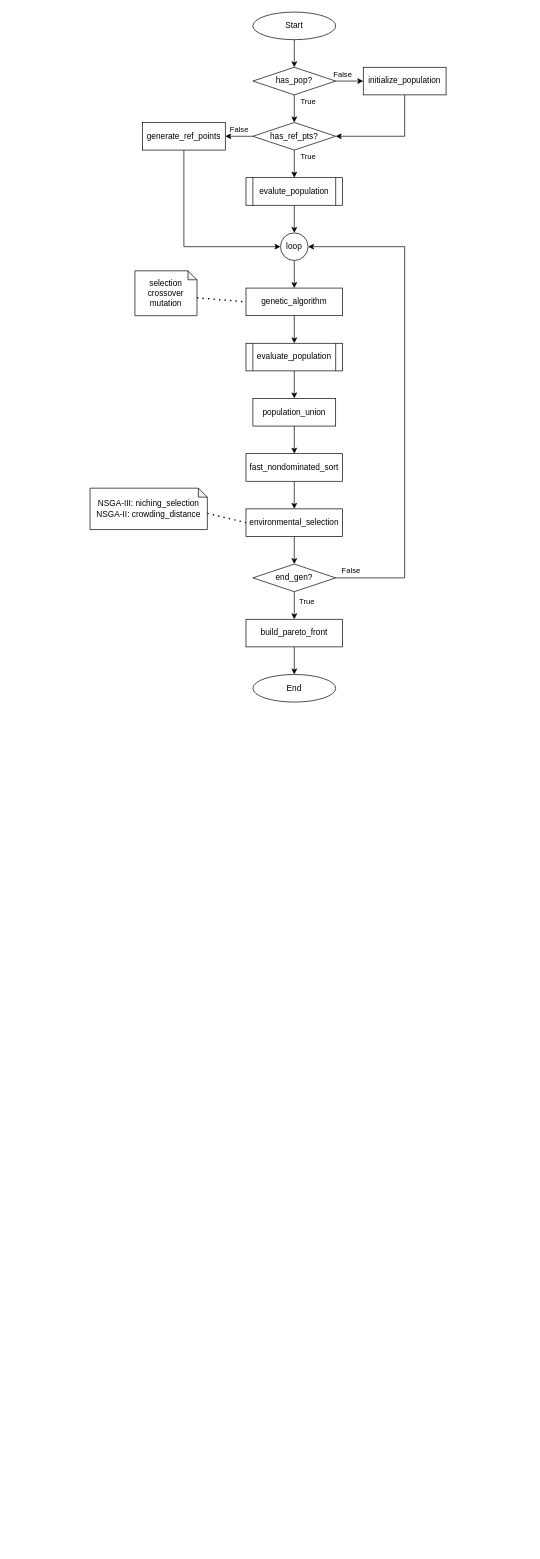
This is page "nsga-flow" (3 of 6) of docs/diagrams/diagrams.drawio from JunioCesarFerreira/simlab, a draw.io file, before an edit. Source tidied: cells renumbered, new cells numbered last; positions are measured from the earlier drawing's top-left corner, leaving out a move shared by most shapes. Both pictures are drawn from the tidied source at 69%, with x=0, y=0 at pixel (90, 12).
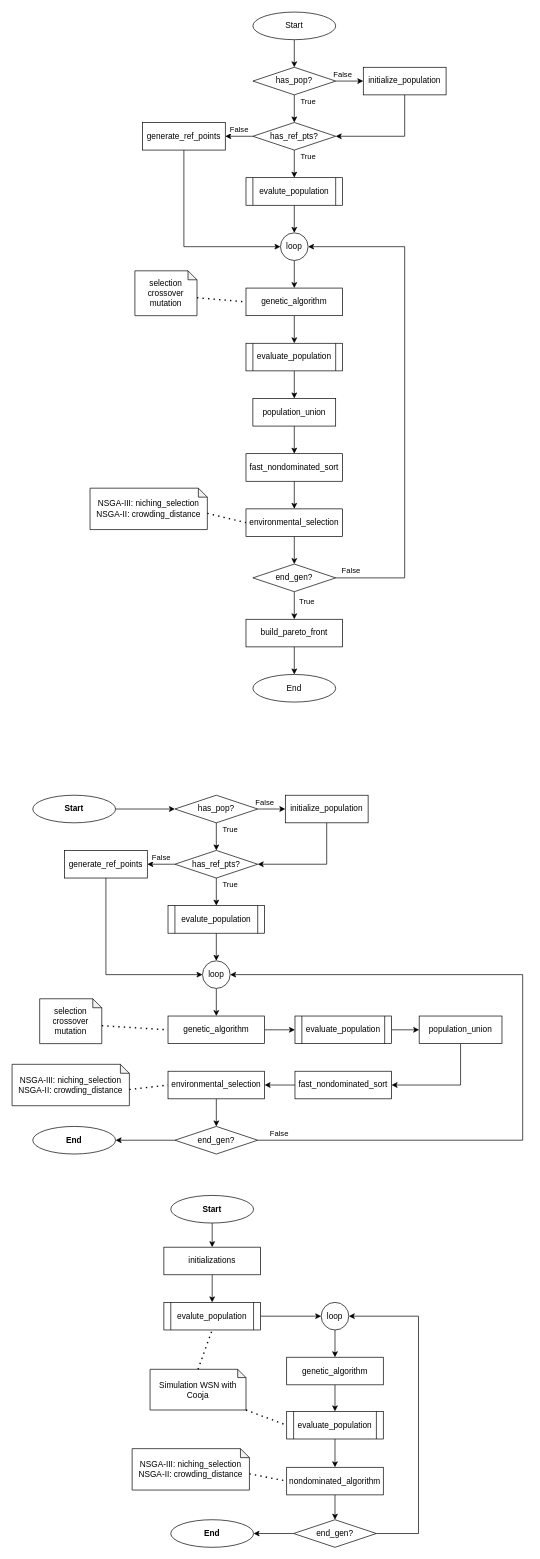
The same page after the edit.

Diff of the diagram source:
```diff
@@
+    <mxCell id="38" style="edgeStyle=orthogonalEdgeStyle;rounded=0;jettySize=auto;html=1;exitX=1;exitY=0.5;exitDx=0;exitDy=0;entryX=0;entryY=0.5;entryDx=0;entryDy=0;" parent="1" edge="1" source="39" target="44">
+      <mxGeometry relative="1" as="geometry" />
+    </mxCell>
+    <mxCell id="39" value="&lt;b&gt;Start&lt;/b&gt;" style="ellipse;whiteSpace=wrap;html=1;" parent="1" vertex="1">
+      <mxGeometry x="-83" y="1135" width="120" height="40" as="geometry" />
+    </mxCell>
+    <mxCell id="40" style="edgeStyle=orthogonalEdgeStyle;rounded=0;jettySize=auto;html=1;exitX=0.5;exitY=1;exitDx=0;exitDy=0;entryX=1;entryY=0.5;entryDx=0;entryDy=0;" parent="1" edge="1" source="41" target="47">
+      <mxGeometry relative="1" as="geometry" />
+    </mxCell>
+    <mxCell id="41" value="initialize_population" style="rounded=0;whiteSpace=wrap;html=1;" parent="1" vertex="1">
+      <mxGeometry x="283" y="1135" width="120" height="40" as="geometry" />
+    </mxCell>
+    <mxCell id="42" value="False" style="edgeStyle=orthogonalEdgeStyle;rounded=0;jettySize=auto;html=1;exitX=1;exitY=0.5;exitDx=0;exitDy=0;entryX=0;entryY=0.5;entryDx=0;entryDy=0;" parent="1" edge="1" source="44" target="41">
+      <mxGeometry x="-0.5" y="10" relative="1" as="geometry" />
+    </mxCell>
+    <mxCell id="43" value="True" style="edgeStyle=orthogonalEdgeStyle;rounded=0;jettySize=auto;html=1;exitX=0.5;exitY=1;exitDx=0;exitDy=0;" parent="1" edge="1" source="44" target="47">
+      <mxGeometry x="-0.5" y="20" relative="1" as="geometry" />
+    </mxCell>
+    <mxCell id="44" value="has_pop?" style="rhombus;whiteSpace=wrap;html=1;" parent="1" vertex="1">
+      <mxGeometry x="123" y="1135" width="120" height="40" as="geometry" />
+    </mxCell>
+    <mxCell id="45" value="False" style="edgeStyle=orthogonalEdgeStyle;rounded=0;jettySize=auto;html=1;exitX=0;exitY=0.5;exitDx=0;exitDy=0;" parent="1" edge="1" source="47" target="49">
+      <mxGeometry y="-10" relative="1" as="geometry" />
+    </mxCell>
+    <mxCell id="46" value="True" style="edgeStyle=orthogonalEdgeStyle;rounded=0;jettySize=auto;html=1;exitX=0.5;exitY=1;exitDx=0;exitDy=0;" parent="1" edge="1" source="47" target="57">
+      <mxGeometry x="-0.5" y="20" relative="1" as="geometry" />
+    </mxCell>
+    <mxCell id="47" value="has_ref_pts?" style="rhombus;whiteSpace=wrap;html=1;" parent="1" vertex="1">
+      <mxGeometry x="123" y="1215" width="120" height="40" as="geometry" />
+    </mxCell>
+    <mxCell id="48" style="edgeStyle=orthogonalEdgeStyle;rounded=0;jettySize=auto;html=1;exitX=0.5;exitY=1;exitDx=0;exitDy=0;entryX=0;entryY=0.5;entryDx=0;entryDy=0;" parent="1" edge="1" source="49" target="51">
+      <mxGeometry relative="1" as="geometry" />
+    </mxCell>
+    <mxCell id="49" value="generate_ref_points" style="rounded=0;whiteSpace=wrap;html=1;" parent="1" vertex="1">
+      <mxGeometry x="-37" y="1215" width="120" height="40" as="geometry" />
+    </mxCell>
+    <mxCell id="50" style="edgeStyle=orthogonalEdgeStyle;rounded=0;jettySize=auto;html=1;exitX=0.5;exitY=1;exitDx=0;exitDy=0;" parent="1" edge="1" source="51" target="53">
+      <mxGeometry relative="1" as="geometry" />
+    </mxCell>
+    <mxCell id="51" value="loop" style="ellipse;whiteSpace=wrap;html=1;" parent="1" vertex="1">
+      <mxGeometry x="163" y="1375" width="40" height="40" as="geometry" />
+    </mxCell>
+    <mxCell id="52" style="edgeStyle=orthogonalEdgeStyle;rounded=0;jettySize=auto;html=1;exitX=1;exitY=0.5;exitDx=0;exitDy=0;" parent="1" edge="1" source="53" target="67">
+      <mxGeometry relative="1" as="geometry" />
+    </mxCell>
+    <mxCell id="53" value="genetic_algorithm" style="rounded=0;whiteSpace=wrap;html=1;" parent="1" vertex="1">
+      <mxGeometry x="113" y="1455" width="140" height="40" as="geometry" />
+    </mxCell>
+    <mxCell id="54" style="edgeStyle=orthogonalEdgeStyle;rounded=0;jettySize=auto;html=1;exitX=0;exitY=0.5;exitDx=0;exitDy=0;entryX=1;entryY=0.5;entryDx=0;entryDy=0;" parent="1" edge="1" source="55" target="59">
+      <mxGeometry relative="1" as="geometry" />
+    </mxCell>
+    <mxCell id="55" value="fast_nondominated_sort" style="rounded=0;whiteSpace=wrap;html=1;" parent="1" vertex="1">
+      <mxGeometry x="297" y="1535" width="140" height="40" as="geometry" />
+    </mxCell>
+    <mxCell id="56" style="edgeStyle=orthogonalEdgeStyle;rounded=0;jettySize=auto;html=1;exitX=0.5;exitY=1;exitDx=0;exitDy=0;entryX=0.5;entryY=0;entryDx=0;entryDy=0;" parent="1" edge="1" source="57" target="51">
+      <mxGeometry relative="1" as="geometry" />
+    </mxCell>
+    <mxCell id="57" value="&lt;span&gt;evalute_population&lt;/span&gt;" style="shape=process;whiteSpace=wrap;html=1;backgroundOutline=1;size=0.07142857142857142;" parent="1" vertex="1">
+      <mxGeometry x="113" y="1295" width="140" height="40" as="geometry" />
+    </mxCell>
+    <mxCell id="58" style="edgeStyle=orthogonalEdgeStyle;rounded=0;jettySize=auto;html=1;exitX=0.5;exitY=1;exitDx=0;exitDy=0;" parent="1" edge="1" source="59" target="62">
+      <mxGeometry relative="1" as="geometry" />
+    </mxCell>
+    <mxCell id="59" value="environmental_selection" style="rounded=0;whiteSpace=wrap;html=1;" parent="1" vertex="1">
+      <mxGeometry x="113" y="1535" width="140" height="40" as="geometry" />
+    </mxCell>
+    <mxCell id="60" value="False" style="edgeStyle=orthogonalEdgeStyle;rounded=0;jettySize=auto;html=1;exitX=1;exitY=0.5;exitDx=0;exitDy=0;entryX=1;entryY=0.5;entryDx=0;entryDy=0;" parent="1" edge="1" source="62" target="51">
+      <mxGeometry x="-0.94" y="10" relative="1" as="geometry">
+        <Array as="points">
+          <mxPoint x="627" y="1635" />
+          <mxPoint x="627" y="1395" />
+        </Array>
+      </mxGeometry>
+    </mxCell>
+    <mxCell id="61" style="edgeStyle=orthogonalEdgeStyle;rounded=0;jettySize=auto;html=1;exitX=0;exitY=0.5;exitDx=0;exitDy=0;entryX=1;entryY=0.5;entryDx=0;entryDy=0;" parent="1" edge="1" source="62" target="63">
+      <mxGeometry relative="1" as="geometry" />
+    </mxCell>
+    <mxCell id="62" value="end_gen?" style="rhombus;whiteSpace=wrap;html=1;" parent="1" vertex="1">
+      <mxGeometry x="123" y="1615" width="120" height="40" as="geometry" />
+    </mxCell>
+    <mxCell id="63" value="&lt;b&gt;End&lt;/b&gt;" style="ellipse;whiteSpace=wrap;html=1;" parent="1" vertex="1">
+      <mxGeometry x="-83" y="1615" width="120" height="40" as="geometry" />
+    </mxCell>
+    <mxCell id="64" value="selection&lt;br&gt;crossover&lt;br&gt;mutation" style="shape=note;whiteSpace=wrap;html=1;backgroundOutline=1;darkOpacity=0.05;size=13;" parent="1" vertex="1">
+      <mxGeometry x="-73" y="1430" width="90" height="65" as="geometry" />
+    </mxCell>
+    <mxCell id="65" value="NSGA-III: niching_selection&lt;br&gt;NSGA-II: crowding_distance" style="shape=note;whiteSpace=wrap;html=1;backgroundOutline=1;darkOpacity=0.05;size=13;" parent="1" vertex="1">
+      <mxGeometry x="-113" y="1525" width="170" height="60" as="geometry" />
+    </mxCell>
+    <mxCell id="66" style="edgeStyle=orthogonalEdgeStyle;rounded=0;jettySize=auto;html=1;exitX=1;exitY=0.5;exitDx=0;exitDy=0;entryX=0;entryY=0.5;entryDx=0;entryDy=0;" parent="1" edge="1" source="67" target="71">
+      <mxGeometry relative="1" as="geometry" />
+    </mxCell>
+    <mxCell id="67" value="&lt;span&gt;evaluate_population&lt;/span&gt;" style="shape=process;whiteSpace=wrap;html=1;backgroundOutline=1;size=0.07142857142857142;" parent="1" vertex="1">
+      <mxGeometry x="297" y="1455" width="140" height="40" as="geometry" />
+    </mxCell>
+    <mxCell id="68" style="endArrow=none;dashed=1;html=1;dashPattern=1 3;strokeWidth=2;entryX=0;entryY=0.5;entryDx=0;entryDy=0;exitX=0;exitY=0;exitDx=90;exitDy=39;exitPerimeter=0;" parent="1" edge="1" source="64" target="53">
+      <mxGeometry relative="1" as="geometry" />
+    </mxCell>
+    <mxCell id="69" style="endArrow=none;dashed=1;html=1;dashPattern=1 3;strokeWidth=2;entryX=0;entryY=0.5;entryDx=0;entryDy=0;exitX=0;exitY=0;exitDx=170;exitDy=36.5;exitPerimeter=0;" parent="1" edge="1" source="65" target="59">
+      <mxGeometry relative="1" as="geometry" />
+    </mxCell>
+    <mxCell id="70" style="edgeStyle=orthogonalEdgeStyle;rounded=0;jettySize=auto;html=1;exitX=0.5;exitY=1;exitDx=0;exitDy=0;entryX=1;entryY=0.5;entryDx=0;entryDy=0;" parent="1" edge="1" source="71" target="55">
+      <mxGeometry relative="1" as="geometry" />
+    </mxCell>
+    <mxCell id="71" value="population_union" style="rounded=0;whiteSpace=wrap;html=1;" parent="1" vertex="1">
+      <mxGeometry x="477" y="1455" width="120" height="40" as="geometry" />
+    </mxCell>
+    <mxCell id="72" style="edgeStyle=orthogonalEdgeStyle;rounded=0;jettySize=auto;html=1;exitX=0.5;exitY=1;exitDx=0;exitDy=0;entryX=0.5;entryY=0;entryDx=0;entryDy=0;" parent="1" edge="1" source="73" target="75">
+      <mxGeometry relative="1" as="geometry" />
+    </mxCell>
+    <mxCell id="73" value="&lt;b&gt;Start&lt;/b&gt;" style="ellipse;whiteSpace=wrap;html=1;" parent="1" vertex="1">
+      <mxGeometry x="117" y="1715" width="120" height="40" as="geometry" />
+    </mxCell>
+    <mxCell id="74" style="edgeStyle=orthogonalEdgeStyle;rounded=0;jettySize=auto;html=1;exitX=0.5;exitY=1;exitDx=0;exitDy=0;" parent="1" edge="1" source="75" target="81">
+      <mxGeometry relative="1" as="geometry" />
+    </mxCell>
+    <mxCell id="75" value="initializations" style="rounded=0;whiteSpace=wrap;html=1;" parent="1" vertex="1">
+      <mxGeometry x="107" y="1790" width="140" height="40" as="geometry" />
+    </mxCell>
+    <mxCell id="76" style="edgeStyle=orthogonalEdgeStyle;rounded=0;jettySize=auto;html=1;exitX=0.5;exitY=1;exitDx=0;exitDy=0;entryX=0.5;entryY=0;entryDx=0;entryDy=0;" parent="1" edge="1" source="77" target="79">
+      <mxGeometry relative="1" as="geometry" />
+    </mxCell>
+    <mxCell id="77" value="loop" style="ellipse;whiteSpace=wrap;html=1;" parent="1" vertex="1">
+      <mxGeometry x="335" y="1870" width="40" height="40" as="geometry" />
+    </mxCell>
+    <mxCell id="78" style="edgeStyle=orthogonalEdgeStyle;rounded=0;jettySize=auto;html=1;exitX=0.5;exitY=1;exitDx=0;exitDy=0;entryX=0.5;entryY=0;entryDx=0;entryDy=0;" parent="1" edge="1" source="79" target="89">
+      <mxGeometry relative="1" as="geometry" />
+    </mxCell>
+    <mxCell id="79" value="genetic_algorithm" style="rounded=0;whiteSpace=wrap;html=1;" parent="1" vertex="1">
+      <mxGeometry x="285" y="1949.5" width="140" height="40" as="geometry" />
+    </mxCell>
+    <mxCell id="80" style="edgeStyle=orthogonalEdgeStyle;rounded=0;jettySize=auto;html=1;exitX=1;exitY=0.5;exitDx=0;exitDy=0;entryX=0;entryY=0.5;entryDx=0;entryDy=0;" parent="1" edge="1" source="81" target="77">
+      <mxGeometry relative="1" as="geometry" />
+    </mxCell>
+    <mxCell id="81" value="&lt;span&gt;evalute_population&lt;/span&gt;" style="shape=process;whiteSpace=wrap;html=1;backgroundOutline=1;size=0.07142857142857142;" parent="1" vertex="1">
+      <mxGeometry x="107" y="1870" width="140" height="40" as="geometry" />
+    </mxCell>
+    <mxCell id="82" style="edgeStyle=orthogonalEdgeStyle;rounded=0;jettySize=auto;html=1;exitX=0.5;exitY=1;exitDx=0;exitDy=0;entryX=0.5;entryY=0;entryDx=0;entryDy=0;" parent="1" edge="1" source="83" target="86">
+      <mxGeometry relative="1" as="geometry" />
+    </mxCell>
+    <mxCell id="83" value="nondominated_algorithm" style="rounded=0;whiteSpace=wrap;html=1;" parent="1" vertex="1">
+      <mxGeometry x="285" y="2109" width="140" height="40" as="geometry" />
+    </mxCell>
+    <mxCell id="84" style="edgeStyle=orthogonalEdgeStyle;rounded=0;jettySize=auto;html=1;exitX=0;exitY=0.5;exitDx=0;exitDy=0;" parent="1" edge="1" source="86" target="87">
+      <mxGeometry relative="1" as="geometry" />
+    </mxCell>
+    <mxCell id="85" style="edgeStyle=orthogonalEdgeStyle;rounded=0;jettySize=auto;html=1;exitX=1;exitY=0.5;exitDx=0;exitDy=0;entryX=1;entryY=0.5;entryDx=0;entryDy=0;" parent="1" edge="1" source="86" target="77">
+      <mxGeometry relative="1" as="geometry">
+        <Array as="points">
+          <mxPoint x="476" y="2205" />
+          <mxPoint x="476" y="1890" />
+        </Array>
+      </mxGeometry>
+    </mxCell>
+    <mxCell id="86" value="end_gen?" style="rhombus;whiteSpace=wrap;html=1;" parent="1" vertex="1">
+      <mxGeometry x="295" y="2185" width="120" height="40" as="geometry" />
+    </mxCell>
+    <mxCell id="87" value="&lt;b&gt;End&lt;/b&gt;" style="ellipse;whiteSpace=wrap;html=1;" parent="1" vertex="1">
+      <mxGeometry x="117" y="2185" width="120" height="40" as="geometry" />
+    </mxCell>
+    <mxCell id="88" style="edgeStyle=orthogonalEdgeStyle;rounded=0;jettySize=auto;html=1;exitX=0.5;exitY=1;exitDx=0;exitDy=0;entryX=0.5;entryY=0;entryDx=0;entryDy=0;" parent="1" edge="1" source="89" target="83">
+      <mxGeometry relative="1" as="geometry" />
+    </mxCell>
+    <mxCell id="89" value="&lt;span&gt;evaluate_population&lt;/span&gt;" style="shape=process;whiteSpace=wrap;html=1;backgroundOutline=1;size=0.07142857142857142;" parent="1" vertex="1">
+      <mxGeometry x="285" y="2028" width="140" height="40" as="geometry" />
+    </mxCell>
+    <mxCell id="90" value="Simulation WSN with Cooja" style="shape=note;whiteSpace=wrap;html=1;backgroundOutline=1;darkOpacity=0.05;size=12;" parent="1" vertex="1">
+      <mxGeometry x="87" y="1967" width="139" height="59" as="geometry" />
+    </mxCell>
+    <mxCell id="91" style="endArrow=none;dashed=1;html=1;dashPattern=1 3;strokeWidth=2;entryX=0.5;entryY=1;entryDx=0;entryDy=0;exitX=0.5;exitY=0;exitDx=0;exitDy=0;exitPerimeter=0;" parent="1" edge="1" source="90" target="81">
+      <mxGeometry relative="1" as="geometry" />
+    </mxCell>
+    <mxCell id="92" style="endArrow=none;dashed=1;html=1;dashPattern=1 3;strokeWidth=2;entryX=0;entryY=0.5;entryDx=0;entryDy=0;exitX=1;exitY=1;exitDx=0;exitDy=0;exitPerimeter=0;" parent="1" edge="1" source="90" target="89">
+      <mxGeometry relative="1" as="geometry" />
+    </mxCell>
+    <mxCell id="93" value="NSGA-III: niching_selection&lt;br&gt;NSGA-II: crowding_distance" style="shape=note;whiteSpace=wrap;html=1;backgroundOutline=1;darkOpacity=0.05;size=13;" parent="1" vertex="1">
+      <mxGeometry x="61" y="2082" width="170" height="60" as="geometry" />
+    </mxCell>
+    <mxCell id="94" style="endArrow=none;dashed=1;html=1;dashPattern=1 3;strokeWidth=2;entryX=0;entryY=0.5;entryDx=0;entryDy=0;exitX=0;exitY=0;exitDx=170;exitDy=36.5;exitPerimeter=0;" parent="1" edge="1" source="93" target="83">
+      <mxGeometry relative="1" as="geometry" />
+    </mxCell>
```
